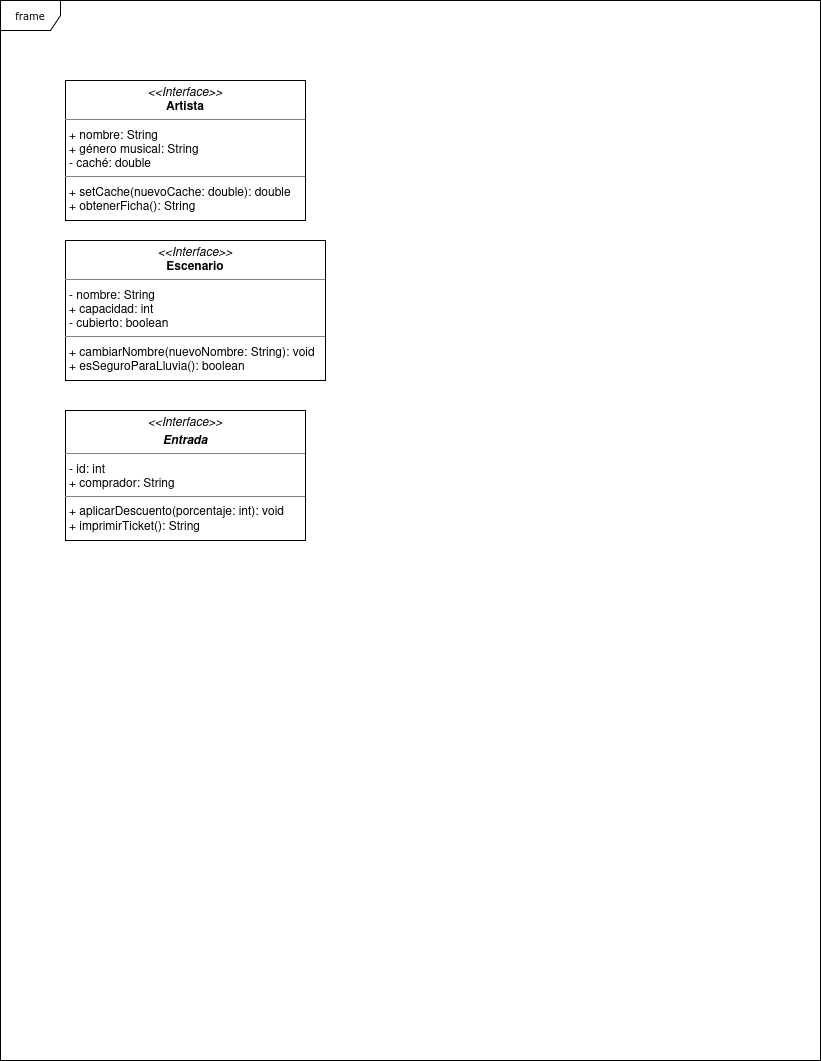
Before: Diagrama_clases_Festival.png, a diagram exported from draw.io (carpraesc-pum/UML-practica-1). Source tidied: cells renumbered, new cells last; positions are measured from the earlier drawing's top-left corner, leaving out a move shared by most shapes. Source of this version:
```xml
<mxGraphModel>
  <root>
    <mxCell id="0" />
    <mxCell id="1" parent="0" />
    <mxCell id="2" value="frame" style="shape=umlFrame;whiteSpace=wrap;html=1;rounded=0;shadow=0;comic=0;labelBackgroundColor=none;strokeWidth=1;fontFamily=Verdana;fontSize=10;align=center;" parent="1" vertex="1">
      <mxGeometry width="820" height="1060" as="geometry" />
    </mxCell>
    <mxCell id="3" value="&lt;p style=&quot;margin:0px;margin-top:4px;text-align:center;&quot;&gt;&lt;i&gt;&amp;lt;&amp;lt;Interface&amp;gt;&amp;gt;&lt;/i&gt;&lt;br&gt;&lt;b&gt;Artista&lt;/b&gt;&lt;/p&gt;&lt;hr size=&quot;1&quot;&gt;&lt;p style=&quot;margin:0px;margin-left:4px;&quot;&gt;+ nombre: String&lt;br&gt;+ género musical: String&lt;/p&gt;&lt;p style=&quot;margin:0px;margin-left:4px;&quot;&gt;- caché: double&amp;nbsp;&lt;/p&gt;&lt;hr size=&quot;1&quot;&gt;&lt;p style=&quot;margin:0px;margin-left:4px;&quot;&gt;+ setCache(nuevoCache: double): double&lt;br&gt;+ obtenerFicha(): String&lt;/p&gt;" style="verticalAlign=top;align=left;overflow=fill;fontSize=12;fontFamily=Helvetica;html=1;rounded=0;shadow=0;comic=0;labelBackgroundColor=none;strokeWidth=1;" parent="1" vertex="1">
      <mxGeometry x="65" y="80" width="240" height="140" as="geometry" />
    </mxCell>
    <mxCell id="4" value="&lt;p style=&quot;margin:0px;margin-top:4px;text-align:center;&quot;&gt;&lt;i&gt;&amp;lt;&amp;lt;Interface&amp;gt;&amp;gt;&lt;/i&gt;&lt;/p&gt;&lt;p style=&quot;margin:0px;margin-top:4px;text-align:center;&quot;&gt;&lt;i&gt;&lt;b&gt;Entrada&lt;/b&gt;&lt;/i&gt;&lt;/p&gt;&lt;hr size=&quot;1&quot;&gt;&lt;p style=&quot;margin:0px;margin-left:4px;&quot;&gt;- id: int&lt;br&gt;+ comprador: String&lt;/p&gt;&lt;hr size=&quot;1&quot;&gt;&lt;p style=&quot;margin:0px;margin-left:4px;&quot;&gt;+ aplicarDescuento(porcentaje: int): void&lt;br&gt;+ imprimirTicket(): String&lt;/p&gt;" style="verticalAlign=top;align=left;overflow=fill;fontSize=12;fontFamily=Helvetica;html=1;rounded=0;shadow=0;comic=0;labelBackgroundColor=none;strokeWidth=1;" parent="1" vertex="1">
      <mxGeometry x="65" y="410" width="240" height="130" as="geometry" />
    </mxCell>
    <mxCell id="5" value="&lt;p style=&quot;margin:0px;margin-top:4px;text-align:center;&quot;&gt;&lt;i&gt;&amp;lt;&amp;lt;Interface&amp;gt;&amp;gt;&lt;/i&gt;&lt;br&gt;&lt;b&gt;Escenario&lt;/b&gt;&lt;/p&gt;&lt;hr size=&quot;1&quot;&gt;&lt;p style=&quot;margin:0px;margin-left:4px;&quot;&gt;- nombre: String&lt;br&gt;+ capacidad: int&lt;/p&gt;&lt;p style=&quot;margin:0px;margin-left:4px;&quot;&gt;- cubierto: boolean&lt;/p&gt;&lt;hr size=&quot;1&quot;&gt;&lt;p style=&quot;margin:0px;margin-left:4px;&quot;&gt;+ cambiarNombre(nuevoNombre: String): void&lt;br&gt;+ esSeguroParaLluvia(): boolean&lt;/p&gt;" style="verticalAlign=top;align=left;overflow=fill;fontSize=12;fontFamily=Helvetica;html=1;rounded=0;shadow=0;comic=0;labelBackgroundColor=none;strokeWidth=1;" parent="1" vertex="1">
      <mxGeometry x="65" y="240" width="260" height="140" as="geometry" />
    </mxCell>
  </root>
</mxGraphModel>
```
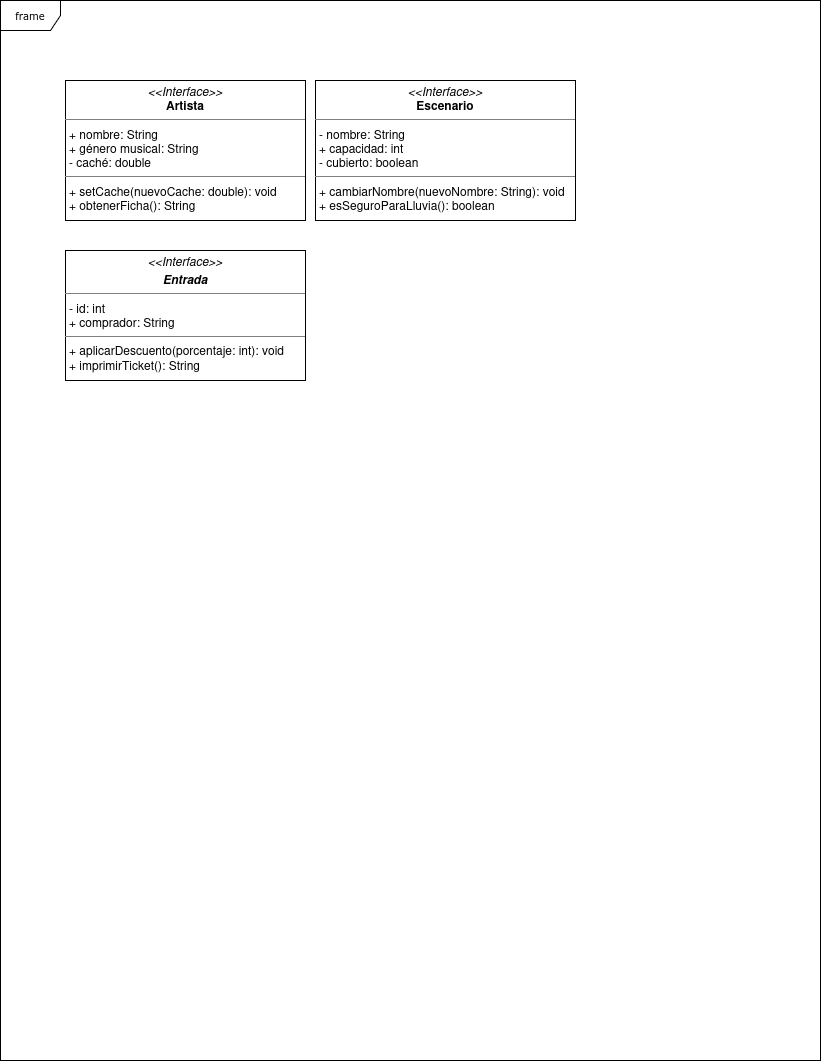
The same file after the commit.

Change to the diagram source:
```diff
@@ -5,14 +5,14 @@
     <mxCell id="2" value="frame" style="shape=umlFrame;whiteSpace=wrap;html=1;rounded=0;shadow=0;comic=0;labelBackgroundColor=none;strokeWidth=1;fontFamily=Verdana;fontSize=10;align=center;" parent="1" vertex="1">
       <mxGeometry width="820" height="1060" as="geometry" />
     </mxCell>
-    <mxCell id="3" value="&lt;p style=&quot;margin:0px;margin-top:4px;text-align:center;&quot;&gt;&lt;i&gt;&amp;lt;&amp;lt;Interface&amp;gt;&amp;gt;&lt;/i&gt;&lt;br&gt;&lt;b&gt;Artista&lt;/b&gt;&lt;/p&gt;&lt;hr size=&quot;1&quot;&gt;&lt;p style=&quot;margin:0px;margin-left:4px;&quot;&gt;+ nombre: String&lt;br&gt;+ género musical: String&lt;/p&gt;&lt;p style=&quot;margin:0px;margin-left:4px;&quot;&gt;- caché: double&amp;nbsp;&lt;/p&gt;&lt;hr size=&quot;1&quot;&gt;&lt;p style=&quot;margin:0px;margin-left:4px;&quot;&gt;+ setCache(nuevoCache: double): double&lt;br&gt;+ obtenerFicha(): String&lt;/p&gt;" style="verticalAlign=top;align=left;overflow=fill;fontSize=12;fontFamily=Helvetica;html=1;rounded=0;shadow=0;comic=0;labelBackgroundColor=none;strokeWidth=1;" parent="1" vertex="1">
+    <mxCell id="3" value="&lt;p style=&quot;margin:0px;margin-top:4px;text-align:center;&quot;&gt;&lt;i&gt;&amp;lt;&amp;lt;Interface&amp;gt;&amp;gt;&lt;/i&gt;&lt;br&gt;&lt;b&gt;Artista&lt;/b&gt;&lt;/p&gt;&lt;hr size=&quot;1&quot;&gt;&lt;p style=&quot;margin:0px;margin-left:4px;&quot;&gt;+ nombre: String&lt;br&gt;+ género musical: String&lt;/p&gt;&lt;p style=&quot;margin:0px;margin-left:4px;&quot;&gt;- caché: double&amp;nbsp;&lt;/p&gt;&lt;hr size=&quot;1&quot;&gt;&lt;p style=&quot;margin:0px;margin-left:4px;&quot;&gt;+ setCache(nuevoCache: double): void&lt;br&gt;+ obtenerFicha(): String&lt;/p&gt;" style="verticalAlign=top;align=left;overflow=fill;fontSize=12;fontFamily=Helvetica;html=1;rounded=0;shadow=0;comic=0;labelBackgroundColor=none;strokeWidth=1;" parent="1" vertex="1">
       <mxGeometry x="65" y="80" width="240" height="140" as="geometry" />
     </mxCell>
     <mxCell id="4" value="&lt;p style=&quot;margin:0px;margin-top:4px;text-align:center;&quot;&gt;&lt;i&gt;&amp;lt;&amp;lt;Interface&amp;gt;&amp;gt;&lt;/i&gt;&lt;/p&gt;&lt;p style=&quot;margin:0px;margin-top:4px;text-align:center;&quot;&gt;&lt;i&gt;&lt;b&gt;Entrada&lt;/b&gt;&lt;/i&gt;&lt;/p&gt;&lt;hr size=&quot;1&quot;&gt;&lt;p style=&quot;margin:0px;margin-left:4px;&quot;&gt;- id: int&lt;br&gt;+ comprador: String&lt;/p&gt;&lt;hr size=&quot;1&quot;&gt;&lt;p style=&quot;margin:0px;margin-left:4px;&quot;&gt;+ aplicarDescuento(porcentaje: int): void&lt;br&gt;+ imprimirTicket(): String&lt;/p&gt;" style="verticalAlign=top;align=left;overflow=fill;fontSize=12;fontFamily=Helvetica;html=1;rounded=0;shadow=0;comic=0;labelBackgroundColor=none;strokeWidth=1;" parent="1" vertex="1">
-      <mxGeometry x="65" y="410" width="240" height="130" as="geometry" />
+      <mxGeometry x="65" y="250" width="240" height="130" as="geometry" />
     </mxCell>
     <mxCell id="5" value="&lt;p style=&quot;margin:0px;margin-top:4px;text-align:center;&quot;&gt;&lt;i&gt;&amp;lt;&amp;lt;Interface&amp;gt;&amp;gt;&lt;/i&gt;&lt;br&gt;&lt;b&gt;Escenario&lt;/b&gt;&lt;/p&gt;&lt;hr size=&quot;1&quot;&gt;&lt;p style=&quot;margin:0px;margin-left:4px;&quot;&gt;- nombre: String&lt;br&gt;+ capacidad: int&lt;/p&gt;&lt;p style=&quot;margin:0px;margin-left:4px;&quot;&gt;- cubierto: boolean&lt;/p&gt;&lt;hr size=&quot;1&quot;&gt;&lt;p style=&quot;margin:0px;margin-left:4px;&quot;&gt;+ cambiarNombre(nuevoNombre: String): void&lt;br&gt;+ esSeguroParaLluvia(): boolean&lt;/p&gt;" style="verticalAlign=top;align=left;overflow=fill;fontSize=12;fontFamily=Helvetica;html=1;rounded=0;shadow=0;comic=0;labelBackgroundColor=none;strokeWidth=1;" parent="1" vertex="1">
-      <mxGeometry x="65" y="240" width="260" height="140" as="geometry" />
+      <mxGeometry x="315" y="80" width="260" height="140" as="geometry" />
     </mxCell>
   </root>
 </mxGraphModel>
```
